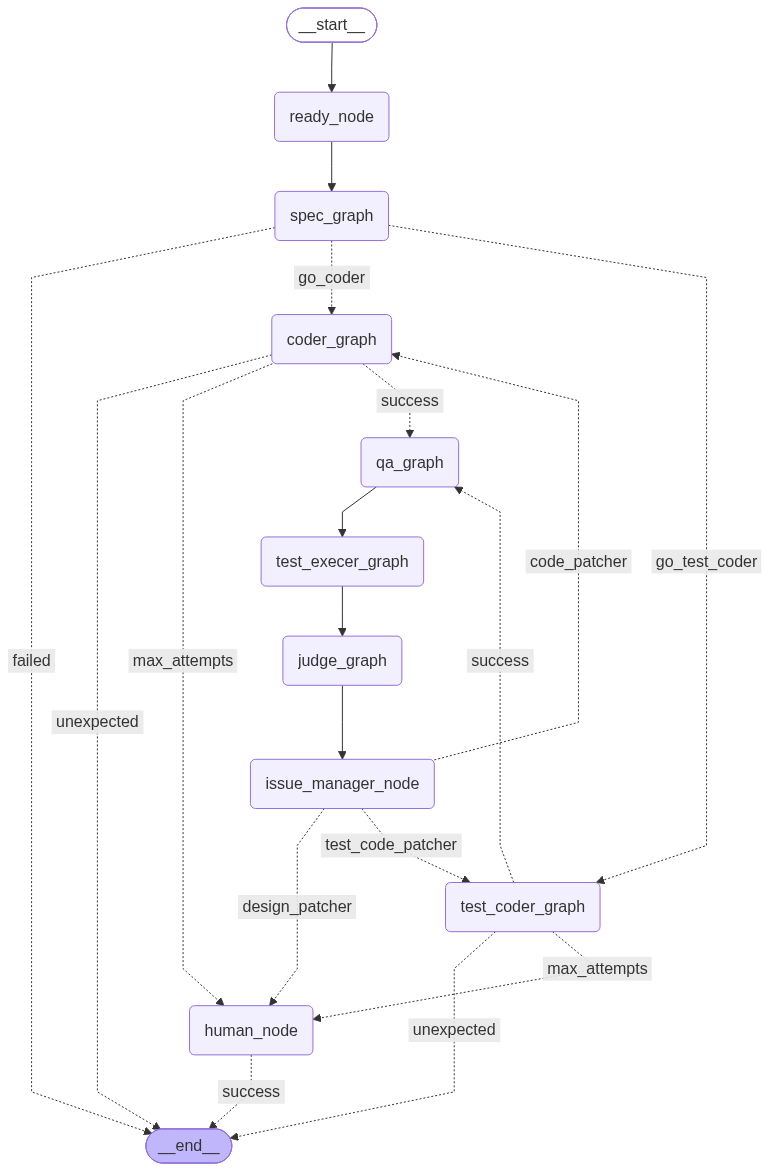
ddongzi/someai keeps this Mermaid diagram as art/workflow.png. Above is the earlier version. Its source is kept beside it as art/workflow.mmd.
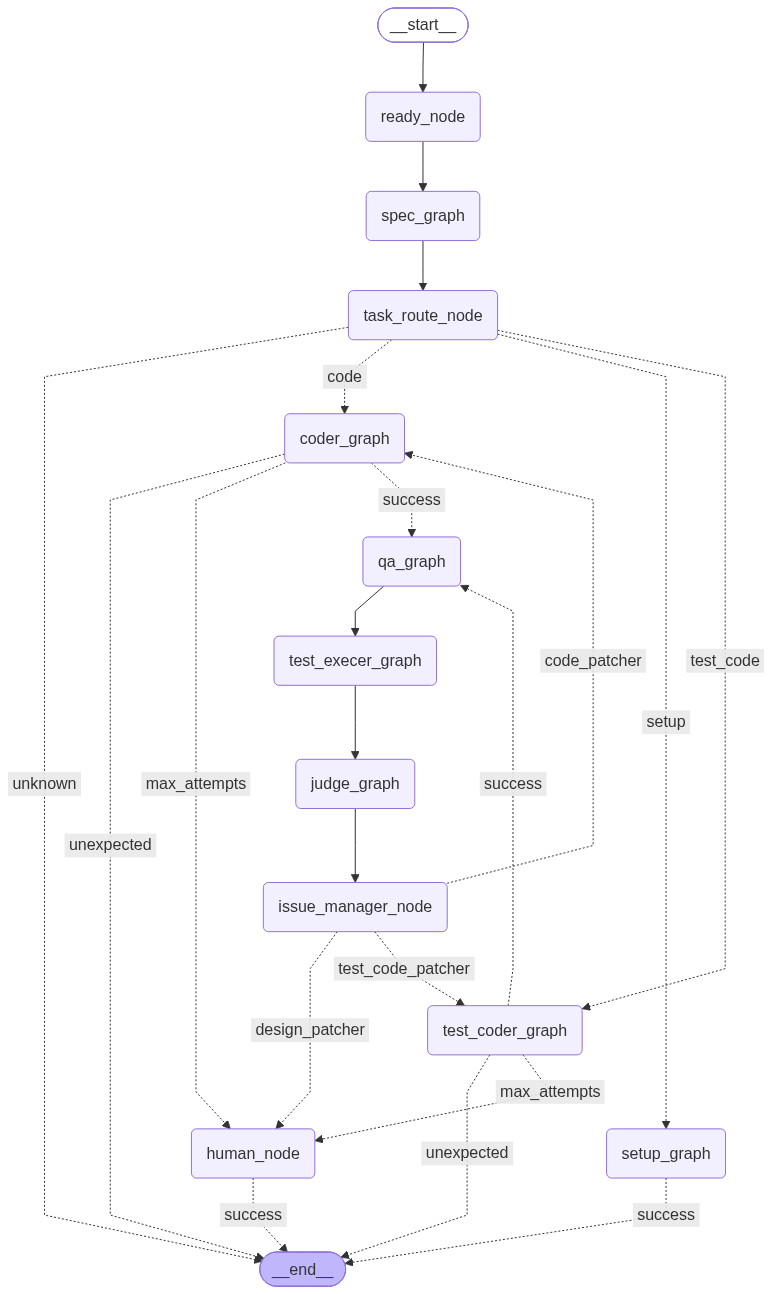
The same file after the commit.

Change to the diagram source:
```diff
@@ -13,7 +13,9 @@
 	qa_graph(qa_graph)
 	judge_graph(judge_graph)
 	spec_graph(spec_graph)
+	setup_graph(setup_graph)
 	issue_manager_node(issue_manager_node)
+	task_route_node(task_route_node)
 	__end__([<p>__end__</p>]):::last
 	__start__ --> ready_node;
 	coder_graph -. &nbsp;unexpected&nbsp; .-> __end__;
@@ -26,9 +28,12 @@
 	judge_graph --> issue_manager_node;
 	qa_graph --> test_execer_graph;
 	ready_node --> spec_graph;
-	spec_graph -. &nbsp;failed&nbsp; .-> __end__;
-	spec_graph -. &nbsp;go_coder&nbsp; .-> coder_graph;
-	spec_graph -. &nbsp;go_test_coder&nbsp; .-> test_coder_graph;
+	setup_graph -. &nbsp;success&nbsp; .-> __end__;
+	spec_graph --> task_route_node;
+	task_route_node -. &nbsp;unknown&nbsp; .-> __end__;
+	task_route_node -. &nbsp;code&nbsp; .-> coder_graph;
+	task_route_node -. &nbsp;setup&nbsp; .-> setup_graph;
+	task_route_node -. &nbsp;test_code&nbsp; .-> test_coder_graph;
 	test_coder_graph -. &nbsp;unexpected&nbsp; .-> __end__;
 	test_coder_graph -. &nbsp;max_attempts&nbsp; .-> human_node;
 	test_coder_graph -. &nbsp;success&nbsp; .-> qa_graph;
```
